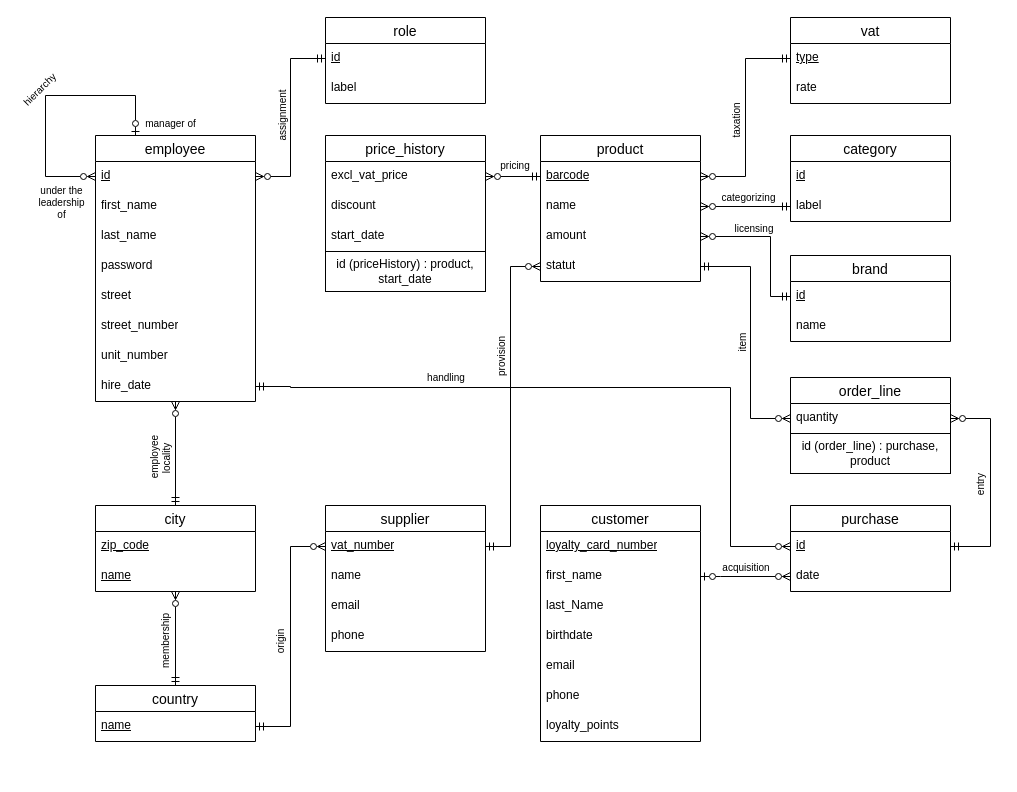
Earlier version of the draw.io diagram docs/DB/ER_diagram.drawio (maxoux53/petit-bazar). Source tidied: cells renumbered, new cells numbered last; positions are measured from the earlier drawing's top-left corner, leaving out a move shared by most shapes. Both pictures are drawn from the tidied source at 100%, with x=0, y=0 at pixel (15, 17).
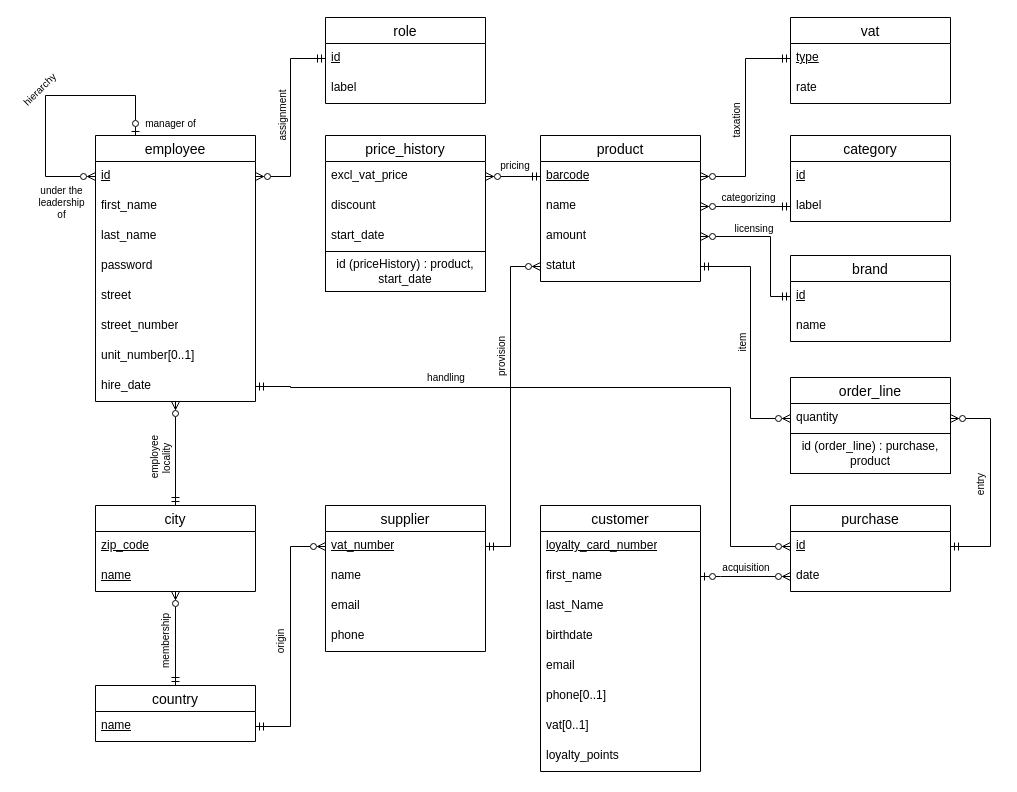
Above is the later version.

Commit message (it also covers changes not shown here):
add optionals + correction relational

The change refers to these unchanged cells:
```xml
<mxCell id="3" value="employee" style="swimlane;fontStyle=0;horizontal=1;startSize=26;align=center;fontSize=14;" parent="1" vertex="1">
  <mxGeometry x="80" y="118" width="160" height="266" as="geometry" />
</mxCell>
```

Diff of the diagram source:
```diff
@@
-    <mxCell id="11" value="unit_number" style="text;strokeColor=none;fillColor=none;spacingLeft=4;spacingRight=4;overflow=hidden;fontSize=12;whiteSpace=wrap;html=1;" parent="3" vertex="1">
+    <mxCell id="11" value="unit_number[0..1]" style="text;strokeColor=none;fillColor=none;spacingLeft=4;spacingRight=4;overflow=hidden;fontSize=12;whiteSpace=wrap;html=1;" parent="3" vertex="1">
       <mxGeometry y="206" width="160" height="30" as="geometry" />
     </mxCell>
@@
     <mxCell id="38" value="customer" style="swimlane;fontStyle=0;horizontal=1;startSize=26;align=center;fontSize=14;" parent="1" vertex="1">
-      <mxGeometry x="525" y="488" width="160" height="236" as="geometry" />
+      <mxGeometry x="525" y="488" width="160" height="266" as="geometry" />
     </mxCell>
@@
-    <mxCell id="44" value="phone" style="text;strokeColor=none;fillColor=none;spacingLeft=4;spacingRight=4;overflow=hidden;fontSize=12;whiteSpace=wrap;html=1;" parent="38" vertex="1">
+    <mxCell id="44" value="phone[0..1]" style="text;strokeColor=none;fillColor=none;spacingLeft=4;spacingRight=4;overflow=hidden;fontSize=12;whiteSpace=wrap;html=1;" parent="38" vertex="1">
       <mxGeometry y="176" width="160" height="30" as="geometry" />
     </mxCell>
+    <mxCell id="87" value="vat[0..1]" style="text;strokeColor=none;fillColor=none;spacingLeft=4;spacingRight=4;overflow=hidden;fontSize=12;whiteSpace=wrap;html=1;" parent="38" vertex="1">
+      <mxGeometry y="206" width="160" height="30" as="geometry" />
+    </mxCell>
     <mxCell id="45" value="loyalty_points" style="text;strokeColor=none;fillColor=none;spacingLeft=4;spacingRight=4;overflow=hidden;fontSize=12;whiteSpace=wrap;html=1;" parent="38" vertex="1">
-      <mxGeometry y="206" width="160" height="30" as="geometry" />
+      <mxGeometry y="236" width="160" height="30" as="geometry" />
     </mxCell>
```
